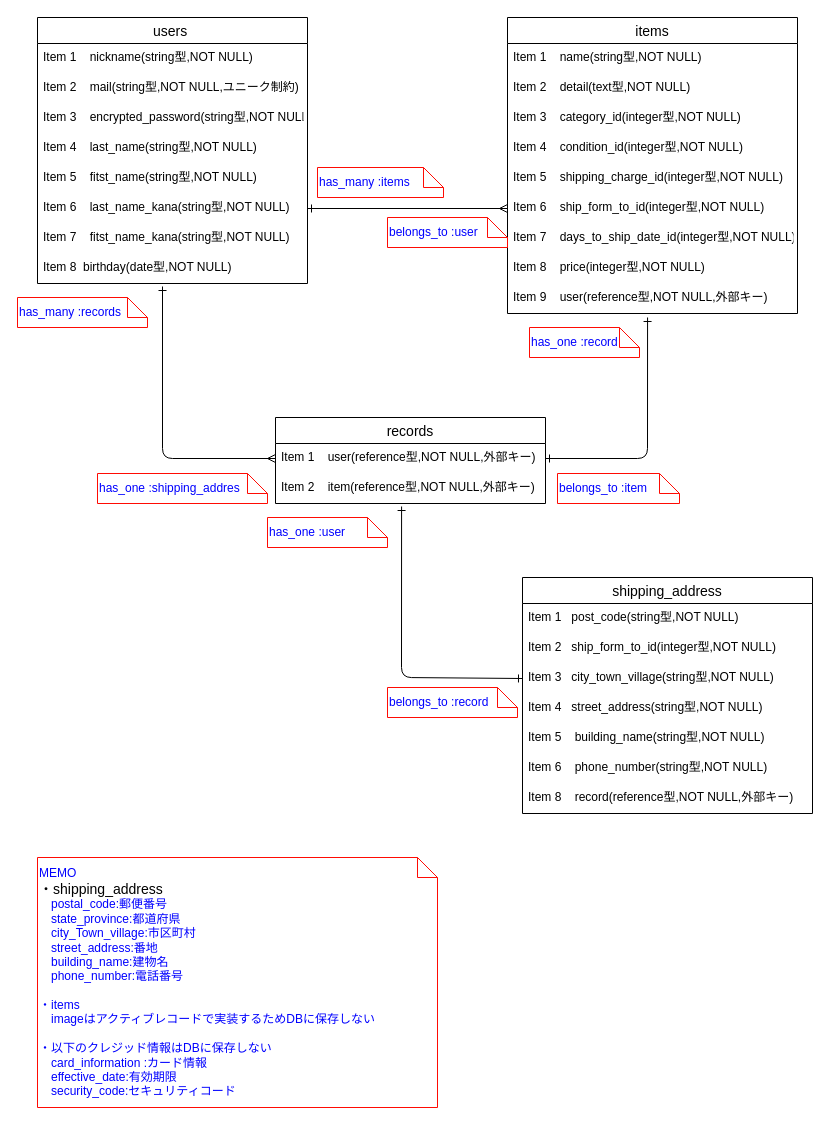
Earlier version of the draw.io diagram db/ER.dio (miracletea/furima-39667). Source tidied: cells renumbered, new cells numbered last; positions are measured from the earlier drawing's top-left corner, leaving out a move shared by most shapes. Both pictures are drawn from the tidied source at 100%, with x=0, y=0 at pixel (17, 17).
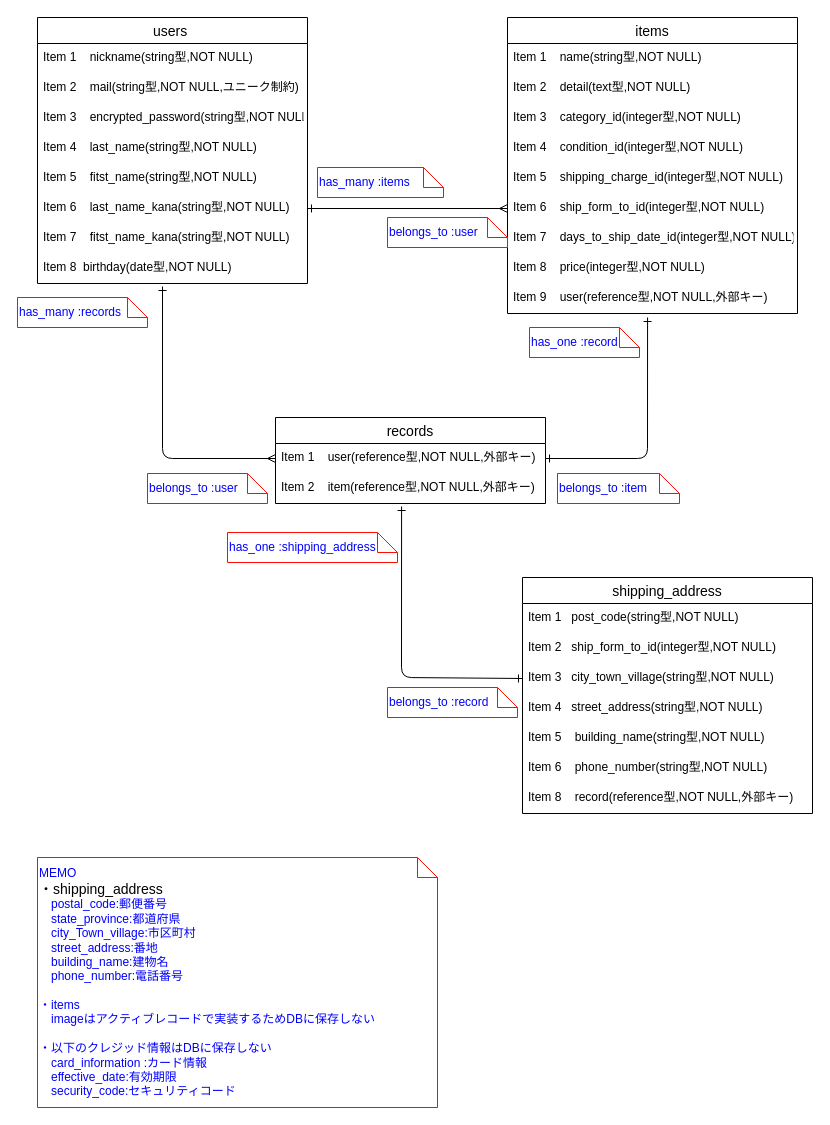
Above is the later version.

Commit message (it also covers changes not shown here):
ユーザーと商品のアソシエーション追加

外部キーがあるので、ユーザーと商品とのアソシエーションも記述しましょう。

What changed in the source:
```diff
@@
-    <mxCell id="34" value="has_one :shipping_addres" style="shape=note;size=20;whiteSpace=wrap;html=1;align=left;strokeColor=#FF0B03;fontColor=#0000FF;" parent="1" vertex="1">
-      <mxGeometry x="80" y="456" width="170" height="30" as="geometry" />
+    <mxCell id="34" value="has_one :shipping_address" style="shape=note;size=20;whiteSpace=wrap;html=1;align=left;strokeColor=#FF0B03;fontColor=#0000FF;" parent="1" vertex="1">
+      <mxGeometry x="210" y="515" width="170" height="30" as="geometry" />
     </mxCell>
@@
-    <mxCell id="42" value="has_one :user" style="shape=note;size=20;whiteSpace=wrap;html=1;align=left;strokeColor=#FF0B03;fontColor=#0000FF;" parent="1" vertex="1">
-      <mxGeometry x="250" y="500" width="120" height="30" as="geometry" />
+    <mxCell id="42" value="belongs_to :user" style="shape=note;size=20;whiteSpace=wrap;html=1;align=left;strokeColor=#FF0B03;fontColor=#0000FF;" parent="1" vertex="1">
+      <mxGeometry x="130" y="456" width="120" height="30" as="geometry" />
     </mxCell>
```
